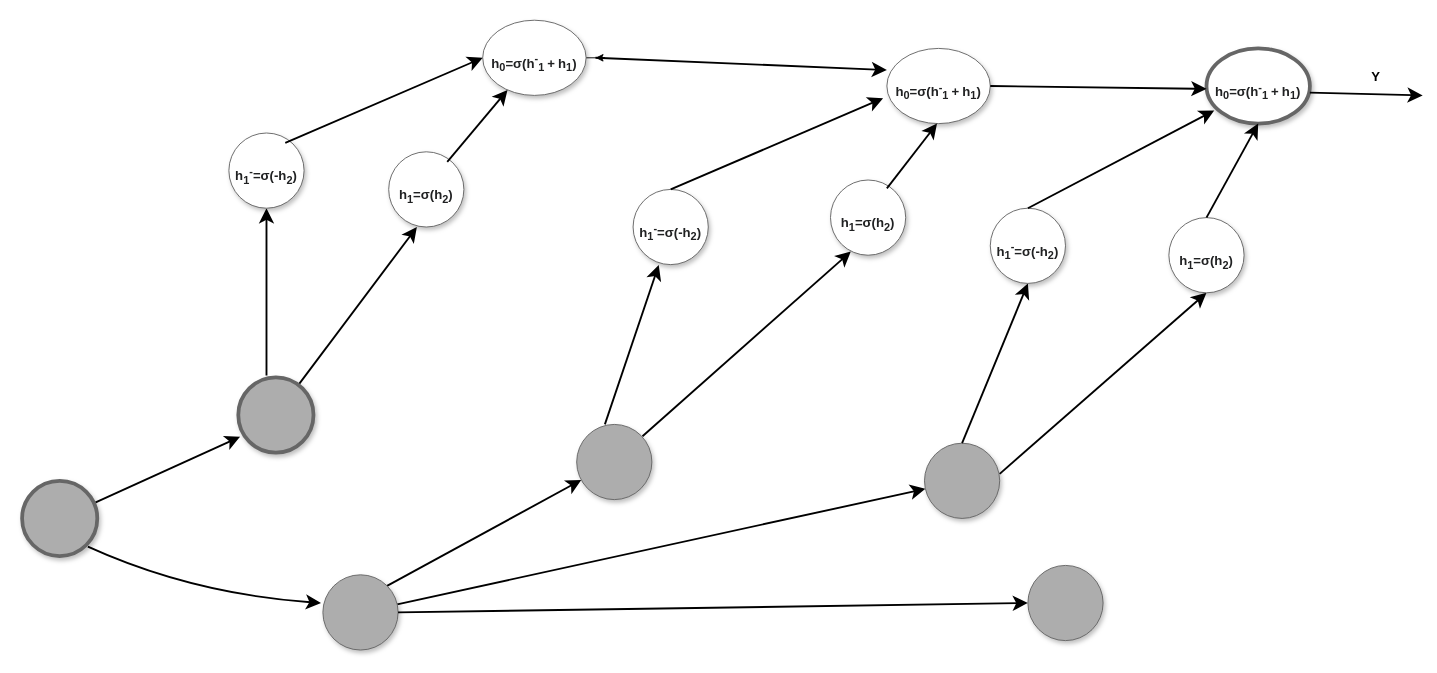
tGhattas/DL keeps this draw.io diagram as DL-HW1/tex/Untitled Diagram.drawio. Above is the earlier version. Source tidied: cells renumbered, new cells numbered last; positions are measured from the earlier drawing's top-left corner, leaving out a move shared by most shapes. Both pictures are drawn from the tidied source at 94%, with x=0, y=0 at pixel (22, 20).
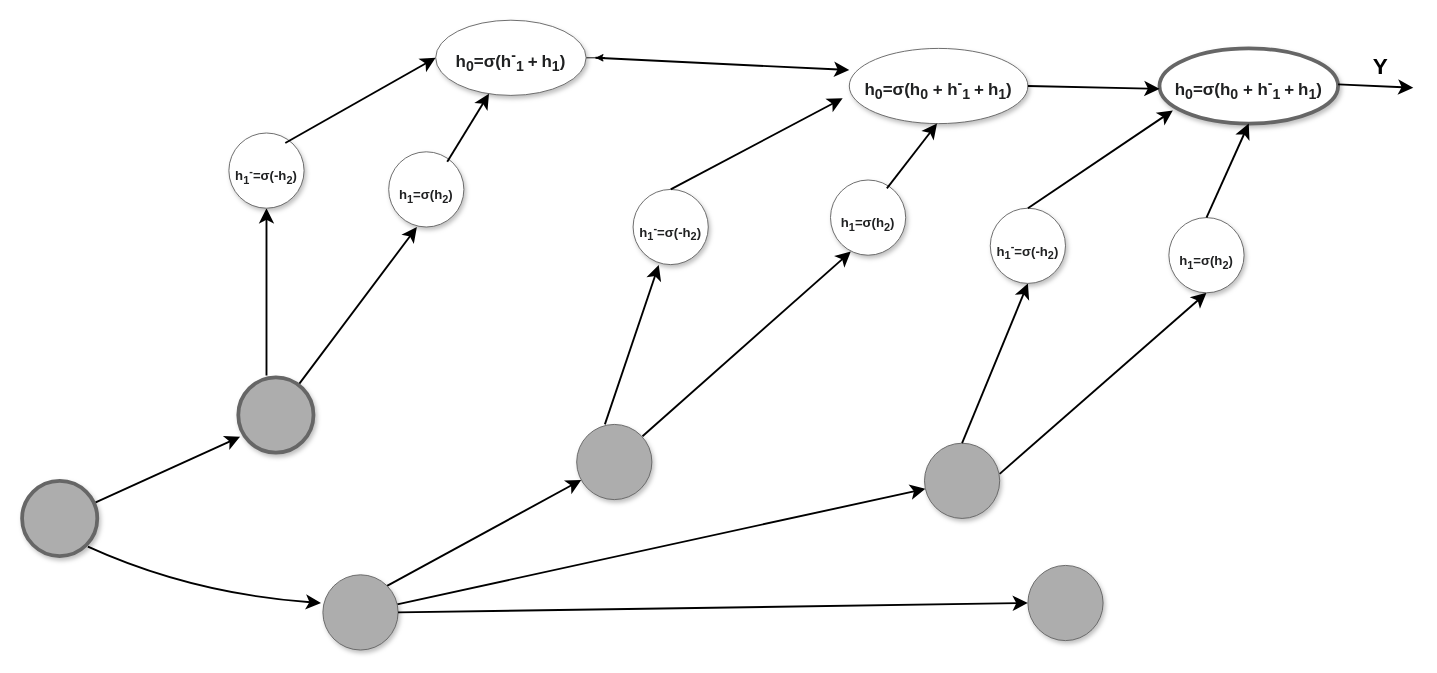
The same diagram, later.

What changed in the source:
```diff
@@
-    <mxCell id="11" value="&lt;b style=&quot;color: rgb(32 , 33 , 34) ; font-family: sans-serif ; background-color: rgb(255 , 255 , 255) ; font-size: 14px&quot;&gt;h&lt;sub&gt;0&lt;/sub&gt;=σ(h&lt;sup&gt;-&lt;/sup&gt;&lt;sub&gt;1 &lt;/sub&gt;+&lt;sub&gt;&amp;nbsp;&lt;/sub&gt;h&lt;sub&gt;1&lt;/sub&gt;)&lt;/b&gt;" style="ellipse;whiteSpace=wrap;html=1;rounded=0;shadow=1;strokeColor=#666666;strokeWidth=1;fontSize=30;align=center;fillColor=#FFFFFF;" parent="1" vertex="1">
-      <mxGeometry x="490" width="110" height="80" as="geometry" />
+    <mxCell id="11" value="&lt;b style=&quot;color: rgb(32 , 33 , 34) ; font-family: sans-serif ; background-color: rgb(255 , 255 , 255)&quot;&gt;&lt;font style=&quot;font-size: 18px&quot;&gt;h&lt;sub&gt;0&lt;/sub&gt;=σ(h&lt;sup&gt;-&lt;/sup&gt;&lt;sub&gt;1 &lt;/sub&gt;+&lt;sub&gt;&amp;nbsp;&lt;/sub&gt;h&lt;sub&gt;1&lt;/sub&gt;)&lt;/font&gt;&lt;/b&gt;" style="ellipse;whiteSpace=wrap;html=1;rounded=0;shadow=1;strokeColor=#666666;strokeWidth=1;fontSize=30;align=center;fillColor=#FFFFFF;" parent="1" vertex="1">
+      <mxGeometry x="440" width="160" height="80" as="geometry" />
     </mxCell>
@@
-    <mxCell id="13" value="&lt;b style=&quot;color: rgb(32 , 33 , 34) ; font-family: sans-serif ; background-color: rgb(255 , 255 , 255) ; font-size: 14px&quot;&gt;h&lt;sub&gt;0&lt;/sub&gt;=σ(h&lt;sup&gt;-&lt;/sup&gt;&lt;sub&gt;1&amp;nbsp;&lt;/sub&gt;+&lt;sub&gt;&amp;nbsp;&lt;/sub&gt;h&lt;sub&gt;1&lt;/sub&gt;)&lt;/b&gt;" style="ellipse;whiteSpace=wrap;html=1;rounded=0;shadow=1;strokeColor=#666666;strokeWidth=1;fontSize=30;align=center;fillColor=#FFFFFF;" parent="1" vertex="1">
-      <mxGeometry x="920" y="30" width="110" height="80" as="geometry" />
+    <mxCell id="13" value="&lt;b style=&quot;color: rgb(32 , 33 , 34) ; font-family: sans-serif ; background-color: rgb(255 , 255 , 255)&quot;&gt;&lt;font style=&quot;font-size: 18px&quot;&gt;h&lt;sub&gt;0&lt;/sub&gt;=σ(h&lt;sub&gt;0&lt;/sub&gt; + h&lt;sup&gt;-&lt;/sup&gt;&lt;sub&gt;1&amp;nbsp;&lt;/sub&gt;+&lt;sub&gt;&amp;nbsp;&lt;/sub&gt;h&lt;sub&gt;1&lt;/sub&gt;)&lt;/font&gt;&lt;/b&gt;" style="ellipse;whiteSpace=wrap;html=1;rounded=0;shadow=1;strokeColor=#666666;strokeWidth=1;fontSize=30;align=center;fillColor=#FFFFFF;" parent="1" vertex="1">
+      <mxGeometry x="880" y="30" width="190" height="80" as="geometry" />
     </mxCell>
-    <mxCell id="14" value="&lt;b style=&quot;color: rgb(32 , 33 , 34) ; font-family: sans-serif ; background-color: rgb(255 , 255 , 255) ; font-size: 14px&quot;&gt;h&lt;sub&gt;0&lt;/sub&gt;=σ(h&lt;sup&gt;-&lt;/sup&gt;&lt;sub&gt;1&amp;nbsp;&lt;/sub&gt;+&lt;sub&gt;&amp;nbsp;&lt;/sub&gt;h&lt;sub&gt;1&lt;/sub&gt;)&lt;/b&gt;" style="ellipse;whiteSpace=wrap;html=1;rounded=0;shadow=1;strokeColor=#666666;strokeWidth=4;fontSize=30;align=center;fillColor=#FFFFFF;" parent="1" vertex="1">
-      <mxGeometry x="1260" y="30" width="110" height="80" as="geometry" />
+    <mxCell id="14" value="&lt;b style=&quot;color: rgb(32 , 33 , 34) ; font-family: sans-serif ; background-color: rgb(255 , 255 , 255)&quot;&gt;&lt;font style=&quot;font-size: 18px&quot;&gt;h&lt;sub&gt;0&lt;/sub&gt;=σ(h&lt;sub&gt;0&lt;/sub&gt;&amp;nbsp;+ h&lt;sup&gt;-&lt;/sup&gt;&lt;sub&gt;1&amp;nbsp;&lt;/sub&gt;+&lt;sub&gt;&amp;nbsp;&lt;/sub&gt;h&lt;sub&gt;1&lt;/sub&gt;)&lt;/font&gt;&lt;/b&gt;" style="ellipse;whiteSpace=wrap;html=1;rounded=0;shadow=1;strokeColor=#666666;strokeWidth=4;fontSize=30;align=center;fillColor=#FFFFFF;" parent="1" vertex="1">
+      <mxGeometry x="1210" y="30" width="190" height="80" as="geometry" />
     </mxCell>
@@
     <mxCell id="36" style="edgeStyle=none;curved=1;html=1;startSize=10;endFill=1;endSize=10;strokeWidth=2;fontSize=12;fillColor=#9C4EF5;exitX=1;exitY=0.5;exitDx=0;exitDy=0;" parent="1" edge="1" source="13">
       <mxGeometry relative="1" as="geometry">
-        <mxPoint x="1260" y="73" as="targetPoint" />
+        <mxPoint x="1210" y="73" as="targetPoint" />
       </mxGeometry>
     </mxCell>
     <mxCell id="37" style="edgeStyle=none;curved=1;html=1;startSize=10;endFill=1;endSize=10;strokeWidth=2;fontSize=12;fillColor=#9C4EF5;exitX=1;exitY=0.5;exitDx=0;exitDy=0;" parent="1" edge="1">
       <mxGeometry relative="1" as="geometry">
-        <mxPoint x="1370" y="77" as="sourcePoint" />
-        <mxPoint x="1490" y="80" as="targetPoint" />
+        <mxPoint x="1400" y="68.2" as="sourcePoint" />
+        <mxPoint x="1480" y="71.8" as="targetPoint" />
       </mxGeometry>
     </mxCell>
-    <mxCell id="38" value="&lt;b&gt;&lt;font style=&quot;font-size: 14px&quot;&gt;Y&lt;/font&gt;&lt;/b&gt;" style="text;html=1;align=center;verticalAlign=middle;fillColor=none;strokeColor=none;rounded=0;" parent="1" vertex="1">
-      <mxGeometry x="1430" y="50" width="20" height="20" as="geometry" />
+    <mxCell id="38" value="&lt;b&gt;&lt;font style=&quot;font-size: 24px&quot;&gt;Y&lt;/font&gt;&lt;/b&gt;" style="text;html=1;align=center;verticalAlign=middle;fillColor=none;strokeColor=none;rounded=0;" parent="1" vertex="1">
+      <mxGeometry x="1430" y="40" width="30" height="20" as="geometry" />
     </mxCell>
```
